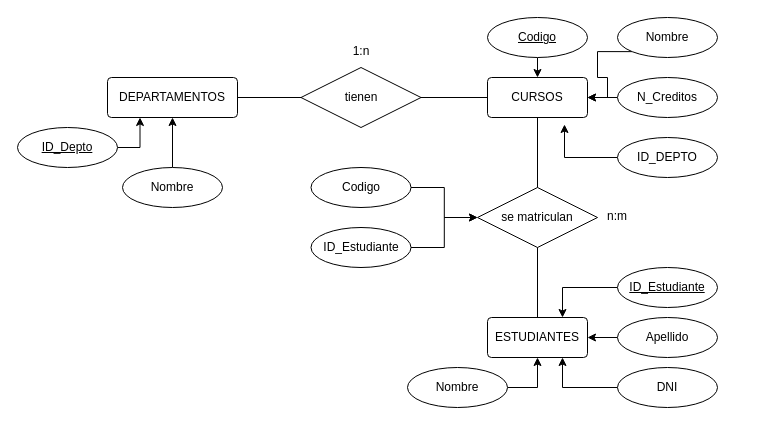
Earlier version of the draw.io diagram Ej2.drawio (sirnas1983/ejerciciosSemana5). Source tidied: cells renumbered, new cells numbered last; positions are measured from the earlier drawing's top-left corner, leaving out a move shared by most shapes. Both pictures are drawn from the tidied source at 100%, with x=0, y=0 at pixel (17, 17).
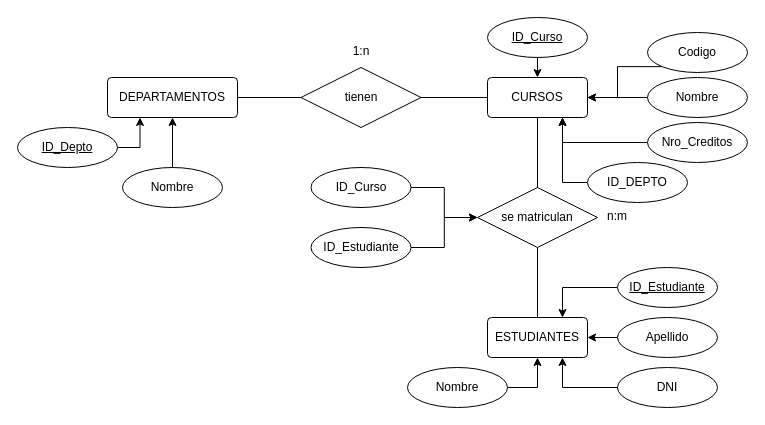
The same diagram, later.

The change refers to these unchanged cells:
```xml
<mxCell id="3" value="CURSOS" style="rounded=1;arcSize=10;whiteSpace=wrap;html=1;align=center;" parent="1" vertex="1">
  <mxGeometry x="470" y="60" width="100" height="40" as="geometry" />
</mxCell>
```

Change to the diagram source:
```diff
@@
-    <mxCell id="18" value="Codigo" style="ellipse;whiteSpace=wrap;html=1;align=center;fontStyle=4;" parent="1" vertex="1">
+    <mxCell id="18" value="ID_Curso" style="ellipse;whiteSpace=wrap;html=1;align=center;fontStyle=4;" parent="1" vertex="1">
       <mxGeometry x="470" width="100" height="40" as="geometry" />
     </mxCell>
@@
-    <mxCell id="20" value="Nombre" style="ellipse;whiteSpace=wrap;html=1;align=center;" parent="1" vertex="1">
-      <mxGeometry x="600" width="100" height="40" as="geometry" />
+    <mxCell id="20" value="Codigo" style="ellipse;whiteSpace=wrap;html=1;align=center;" parent="1" vertex="1">
+      <mxGeometry x="630" y="15" width="100" height="40" as="geometry" />
     </mxCell>
-    <mxCell id="21" style="edgeStyle=orthogonalEdgeStyle;rounded=0;jettySize=auto;html=1;exitX=0;exitY=0.5;exitDx=0;exitDy=0;" parent="1" edge="1" source="22">
-      <mxGeometry relative="1" as="geometry">
-        <mxPoint x="570" y="80" as="targetPoint" />
-      </mxGeometry>
-    </mxCell>
+    <mxCell id="37" style="edgeStyle=orthogonalEdgeStyle;rounded=0;jettySize=auto;html=1;exitX=0;exitY=0.5;exitDx=0;exitDy=0;entryX=0.75;entryY=1;entryDx=0;entryDy=0;" parent="1" edge="1" source="22" target="3">
+      <mxGeometry relative="1" as="geometry" />
+    </mxCell>
-    <mxCell id="22" value="N_Creditos" style="ellipse;whiteSpace=wrap;html=1;align=center;" parent="1" vertex="1">
-      <mxGeometry x="600" y="60" width="100" height="40" as="geometry" />
+    <mxCell id="22" value="Nro_Creditos" style="ellipse;whiteSpace=wrap;html=1;align=center;" parent="1" vertex="1">
+      <mxGeometry x="630" y="105" width="100" height="40" as="geometry" />
     </mxCell>
-    <mxCell id="23" style="edgeStyle=orthogonalEdgeStyle;rounded=0;jettySize=auto;html=1;exitX=0;exitY=0.5;exitDx=0;exitDy=0;entryX=0.77;entryY=1.175;entryDx=0;entryDy=0;entryPerimeter=0;" parent="1" edge="1" source="24" target="3">
+    <mxCell id="23" style="edgeStyle=orthogonalEdgeStyle;rounded=0;jettySize=auto;html=1;exitX=0;exitY=0.5;exitDx=0;exitDy=0;entryX=0.75;entryY=1;entryDx=0;entryDy=0;" parent="1" edge="1" source="24" target="3">
       <mxGeometry relative="1" as="geometry" />
     </mxCell>
     <mxCell id="24" value="ID_DEPTO" style="ellipse;whiteSpace=wrap;html=1;align=center;" parent="1" vertex="1">
-      <mxGeometry x="600" y="120" width="100" height="40" as="geometry" />
+      <mxGeometry x="570" y="145" width="100" height="40" as="geometry" />
     </mxCell>
@@
-    <mxCell id="26" value="Codigo" style="ellipse;whiteSpace=wrap;html=1;align=center;fontStyle=0;" parent="1" vertex="1">
+    <mxCell id="26" value="ID_Curso" style="ellipse;whiteSpace=wrap;html=1;align=center;fontStyle=0;" parent="1" vertex="1">
       <mxGeometry x="293.5" y="150" width="100" height="40" as="geometry" />
     </mxCell>
@@
+    <mxCell id="38" style="edgeStyle=orthogonalEdgeStyle;rounded=0;jettySize=auto;html=1;exitX=0;exitY=0.5;exitDx=0;exitDy=0;entryX=1;entryY=0.5;entryDx=0;entryDy=0;" parent="1" edge="1" source="39" target="3">
+      <mxGeometry relative="1" as="geometry" />
+    </mxCell>
+    <mxCell id="39" value="Nombre" style="ellipse;whiteSpace=wrap;html=1;align=center;" parent="1" vertex="1">
+      <mxGeometry x="630" y="60" width="100" height="40" as="geometry" />
+    </mxCell>
```
